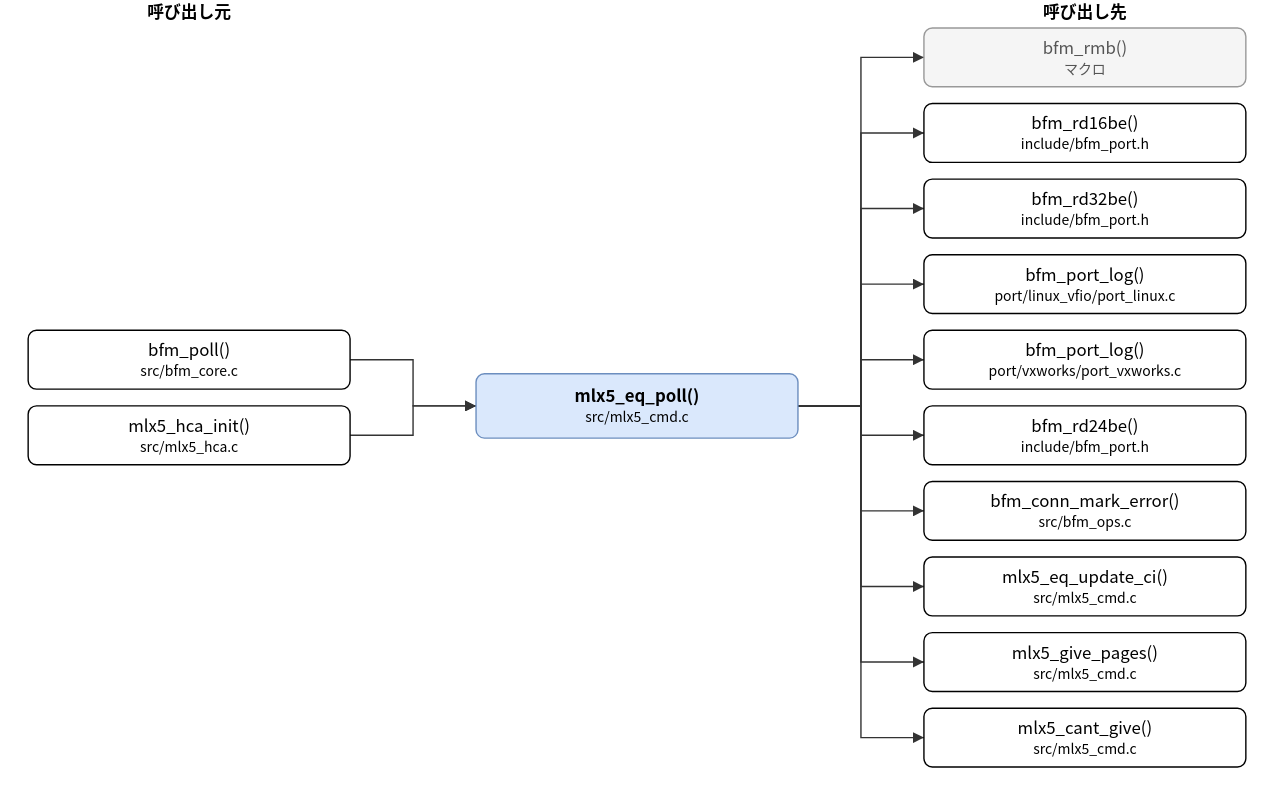
Above: doc/spec/images/call_src_mlx5_cmd-mlx5_eq_poll.drawio.svg in hf355051012-ai/bfmem (draw.io), before the change. Source tidied: cells renumbered, new cells last; positions are measured from the earlier drawing's top-left corner, leaving out a move shared by most shapes.
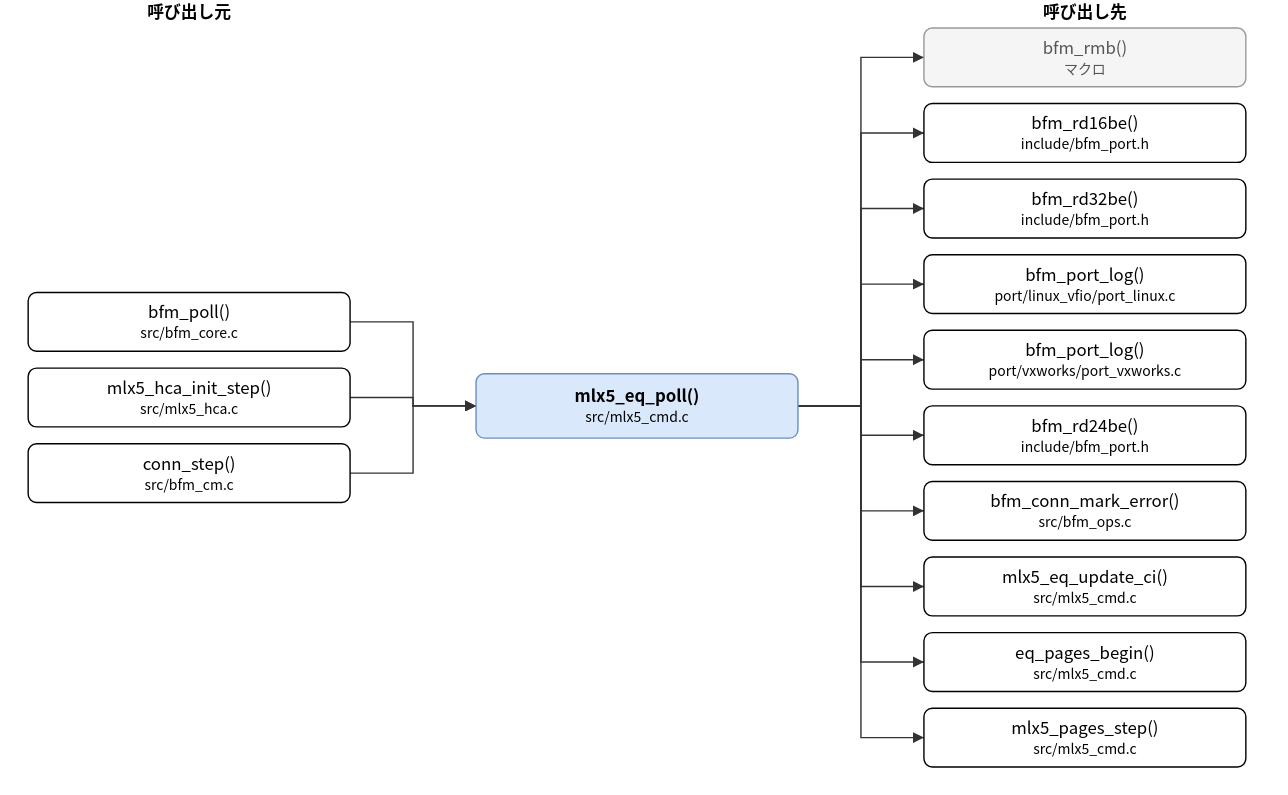
After the commit.

Diff of the diagram source:
```diff
@@ -6,11 +6,14 @@
       <mxGeometry x="320" y="267" width="230" height="46" as="geometry" />
     </mxCell>
     <mxCell id="3" value="bfm_poll()&lt;br&gt;&lt;font style=&quot;font-size:10px&quot;&gt;src/bfm_core.c&lt;/font&gt;" style="rounded=1;whiteSpace=wrap;html=1;" parent="1" vertex="1">
-      <mxGeometry y="236" width="230" height="42" as="geometry" />
+      <mxGeometry y="209" width="230" height="42" as="geometry" />
     </mxCell>
-    <mxCell id="4" value="mlx5_hca_init()&lt;br&gt;&lt;font style=&quot;font-size:10px&quot;&gt;src/mlx5_hca.c&lt;/font&gt;" style="rounded=1;whiteSpace=wrap;html=1;" parent="1" vertex="1">
-      <mxGeometry y="290" width="230" height="42" as="geometry" />
+    <mxCell id="4" value="mlx5_hca_init_step()&lt;br&gt;&lt;font style=&quot;font-size:10px&quot;&gt;src/mlx5_hca.c&lt;/font&gt;" style="rounded=1;whiteSpace=wrap;html=1;" parent="1" vertex="1">
+      <mxGeometry y="263" width="230" height="42" as="geometry" />
     </mxCell>
+    <mxCell id="29" value="conn_step()&lt;br&gt;&lt;font style=&quot;font-size:10px&quot;&gt;src/bfm_cm.c&lt;/font&gt;" style="rounded=1;whiteSpace=wrap;html=1;" parent="1" vertex="1">
+      <mxGeometry y="317" width="230" height="42" as="geometry" />
+    </mxCell>
     <mxCell id="5" value="bfm_rmb()&lt;br&gt;&lt;font style=&quot;font-size:10px&quot;&gt;マクロ&lt;/font&gt;" style="rounded=1;whiteSpace=wrap;html=1;fillColor=#f5f5f5;strokeColor=#999999;fontColor=#555555;" parent="1" vertex="1">
       <mxGeometry x="640" y="20" width="230" height="42" as="geometry" />
     </mxCell>
@@ -35,16 +38,16 @@
     <mxCell id="12" value="mlx5_eq_update_ci()&lt;br&gt;&lt;font style=&quot;font-size:10px&quot;&gt;src/mlx5_cmd.c&lt;/font&gt;" style="rounded=1;whiteSpace=wrap;html=1;" parent="1" vertex="1">
       <mxGeometry x="640" y="398" width="230" height="42" as="geometry" />
     </mxCell>
-    <mxCell id="13" value="mlx5_give_pages()&lt;br&gt;&lt;font style=&quot;font-size:10px&quot;&gt;src/mlx5_cmd.c&lt;/font&gt;" style="rounded=1;whiteSpace=wrap;html=1;" parent="1" vertex="1">
+    <mxCell id="13" value="eq_pages_begin()&lt;br&gt;&lt;font style=&quot;font-size:10px&quot;&gt;src/mlx5_cmd.c&lt;/font&gt;" style="rounded=1;whiteSpace=wrap;html=1;" parent="1" vertex="1">
       <mxGeometry x="640" y="452" width="230" height="42" as="geometry" />
     </mxCell>
-    <mxCell id="14" value="mlx5_cant_give()&lt;br&gt;&lt;font style=&quot;font-size:10px&quot;&gt;src/mlx5_cmd.c&lt;/font&gt;" style="rounded=1;whiteSpace=wrap;html=1;" parent="1" vertex="1">
+    <mxCell id="14" value="mlx5_pages_step()&lt;br&gt;&lt;font style=&quot;font-size:10px&quot;&gt;src/mlx5_cmd.c&lt;/font&gt;" style="rounded=1;whiteSpace=wrap;html=1;" parent="1" vertex="1">
       <mxGeometry x="640" y="506" width="230" height="42" as="geometry" />
     </mxCell>
     <mxCell id="15" style="edgeStyle=none;html=1;rounded=0;endArrow=block;endFill=1;exitX=1.0000;exitY=0.5000;exitDx=0;exitDy=0;exitPerimeter=0;entryX=0.0000;entryY=0.5000;entryDx=0;entryDy=0;entryPerimeter=0;" parent="1" edge="1" source="3" target="2">
       <mxGeometry relative="1" as="geometry">
         <Array as="points">
-          <mxPoint x="275" y="257" />
+          <mxPoint x="275" y="230" />
           <mxPoint x="275" y="290" />
         </Array>
       </mxGeometry>
@@ -52,91 +55,99 @@
     <mxCell id="16" style="edgeStyle=none;html=1;rounded=0;endArrow=block;endFill=1;exitX=1.0000;exitY=0.5000;exitDx=0;exitDy=0;exitPerimeter=0;entryX=0.0000;entryY=0.5000;entryDx=0;entryDy=0;entryPerimeter=0;" parent="1" edge="1" source="4" target="2">
       <mxGeometry relative="1" as="geometry">
         <Array as="points">
-          <mxPoint x="275" y="311" />
+          <mxPoint x="275" y="284" />
           <mxPoint x="275" y="290" />
         </Array>
       </mxGeometry>
     </mxCell>
-    <mxCell id="17" style="edgeStyle=none;html=1;rounded=0;endArrow=block;endFill=1;exitX=1.0000;exitY=0.5000;exitDx=0;exitDy=0;exitPerimeter=0;entryX=0.0000;entryY=0.5000;entryDx=0;entryDy=0;entryPerimeter=0;" parent="1" edge="1" source="2" target="5">
+    <mxCell id="17" style="edgeStyle=none;html=1;rounded=0;endArrow=block;endFill=1;exitX=1.0000;exitY=0.5000;exitDx=0;exitDy=0;exitPerimeter=0;entryX=0.0000;entryY=0.5000;entryDx=0;entryDy=0;entryPerimeter=0;" parent="1" edge="1" source="29" target="2">
       <mxGeometry relative="1" as="geometry">
         <Array as="points">
-          <mxPoint x="595" y="290" />
-          <mxPoint x="595" y="41" />
+          <mxPoint x="275" y="338" />
+          <mxPoint x="275" y="290" />
         </Array>
       </mxGeometry>
     </mxCell>
-    <mxCell id="18" style="edgeStyle=none;html=1;rounded=0;endArrow=block;endFill=1;exitX=1.0000;exitY=0.5000;exitDx=0;exitDy=0;exitPerimeter=0;entryX=0.0000;entryY=0.5000;entryDx=0;entryDy=0;entryPerimeter=0;" parent="1" edge="1" source="2" target="6">
+    <mxCell id="18" style="edgeStyle=none;html=1;rounded=0;endArrow=block;endFill=1;exitX=1.0000;exitY=0.5000;exitDx=0;exitDy=0;exitPerimeter=0;entryX=0.0000;entryY=0.5000;entryDx=0;entryDy=0;entryPerimeter=0;" parent="1" edge="1" source="2" target="5">
       <mxGeometry relative="1" as="geometry">
         <Array as="points">
           <mxPoint x="595" y="290" />
-          <mxPoint x="595" y="95" />
+          <mxPoint x="595" y="41" />
         </Array>
       </mxGeometry>
     </mxCell>
-    <mxCell id="19" style="edgeStyle=none;html=1;rounded=0;endArrow=block;endFill=1;exitX=1.0000;exitY=0.5000;exitDx=0;exitDy=0;exitPerimeter=0;entryX=0.0000;entryY=0.5000;entryDx=0;entryDy=0;entryPerimeter=0;" parent="1" edge="1" source="2" target="7">
+    <mxCell id="19" style="edgeStyle=none;html=1;rounded=0;endArrow=block;endFill=1;exitX=1.0000;exitY=0.5000;exitDx=0;exitDy=0;exitPerimeter=0;entryX=0.0000;entryY=0.5000;entryDx=0;entryDy=0;entryPerimeter=0;" parent="1" edge="1" source="2" target="6">
       <mxGeometry relative="1" as="geometry">
         <Array as="points">
           <mxPoint x="595" y="290" />
-          <mxPoint x="595" y="149" />
+          <mxPoint x="595" y="95" />
         </Array>
       </mxGeometry>
     </mxCell>
-    <mxCell id="20" style="edgeStyle=none;html=1;rounded=0;endArrow=block;endFill=1;exitX=1.0000;exitY=0.5000;exitDx=0;exitDy=0;exitPerimeter=0;entryX=0.0000;entryY=0.5000;entryDx=0;entryDy=0;entryPerimeter=0;" parent="1" edge="1" source="2" target="8">
+    <mxCell id="20" style="edgeStyle=none;html=1;rounded=0;endArrow=block;endFill=1;exitX=1.0000;exitY=0.5000;exitDx=0;exitDy=0;exitPerimeter=0;entryX=0.0000;entryY=0.5000;entryDx=0;entryDy=0;entryPerimeter=0;" parent="1" edge="1" source="2" target="7">
       <mxGeometry relative="1" as="geometry">
         <Array as="points">
           <mxPoint x="595" y="290" />
-          <mxPoint x="595" y="203" />
+          <mxPoint x="595" y="149" />
         </Array>
       </mxGeometry>
     </mxCell>
-    <mxCell id="21" style="edgeStyle=none;html=1;rounded=0;endArrow=block;endFill=1;exitX=1.0000;exitY=0.5000;exitDx=0;exitDy=0;exitPerimeter=0;entryX=0.0000;entryY=0.5000;entryDx=0;entryDy=0;entryPerimeter=0;" parent="1" edge="1" source="2" target="9">
+    <mxCell id="21" style="edgeStyle=none;html=1;rounded=0;endArrow=block;endFill=1;exitX=1.0000;exitY=0.5000;exitDx=0;exitDy=0;exitPerimeter=0;entryX=0.0000;entryY=0.5000;entryDx=0;entryDy=0;entryPerimeter=0;" parent="1" edge="1" source="2" target="8">
       <mxGeometry relative="1" as="geometry">
         <Array as="points">
           <mxPoint x="595" y="290" />
-          <mxPoint x="595" y="257" />
+          <mxPoint x="595" y="203" />
         </Array>
       </mxGeometry>
     </mxCell>
-    <mxCell id="22" style="edgeStyle=none;html=1;rounded=0;endArrow=block;endFill=1;exitX=1.0000;exitY=0.5000;exitDx=0;exitDy=0;exitPerimeter=0;entryX=0.0000;entryY=0.5000;entryDx=0;entryDy=0;entryPerimeter=0;" parent="1" edge="1" source="2" target="10">
+    <mxCell id="22" style="edgeStyle=none;html=1;rounded=0;endArrow=block;endFill=1;exitX=1.0000;exitY=0.5000;exitDx=0;exitDy=0;exitPerimeter=0;entryX=0.0000;entryY=0.5000;entryDx=0;entryDy=0;entryPerimeter=0;" parent="1" edge="1" source="2" target="9">
       <mxGeometry relative="1" as="geometry">
         <Array as="points">
           <mxPoint x="595" y="290" />
-          <mxPoint x="595" y="311" />
+          <mxPoint x="595" y="257" />
         </Array>
       </mxGeometry>
     </mxCell>
-    <mxCell id="23" style="edgeStyle=none;html=1;rounded=0;endArrow=block;endFill=1;exitX=1.0000;exitY=0.5000;exitDx=0;exitDy=0;exitPerimeter=0;entryX=0.0000;entryY=0.5000;entryDx=0;entryDy=0;entryPerimeter=0;" parent="1" edge="1" source="2" target="11">
+    <mxCell id="23" style="edgeStyle=none;html=1;rounded=0;endArrow=block;endFill=1;exitX=1.0000;exitY=0.5000;exitDx=0;exitDy=0;exitPerimeter=0;entryX=0.0000;entryY=0.5000;entryDx=0;entryDy=0;entryPerimeter=0;" parent="1" edge="1" source="2" target="10">
       <mxGeometry relative="1" as="geometry">
         <Array as="points">
           <mxPoint x="595" y="290" />
-          <mxPoint x="595" y="365" />
+          <mxPoint x="595" y="311" />
         </Array>
       </mxGeometry>
     </mxCell>
-    <mxCell id="24" style="edgeStyle=none;html=1;rounded=0;endArrow=block;endFill=1;exitX=1.0000;exitY=0.5000;exitDx=0;exitDy=0;exitPerimeter=0;entryX=0.0000;entryY=0.5000;entryDx=0;entryDy=0;entryPerimeter=0;" parent="1" edge="1" source="2" target="12">
+    <mxCell id="24" style="edgeStyle=none;html=1;rounded=0;endArrow=block;endFill=1;exitX=1.0000;exitY=0.5000;exitDx=0;exitDy=0;exitPerimeter=0;entryX=0.0000;entryY=0.5000;entryDx=0;entryDy=0;entryPerimeter=0;" parent="1" edge="1" source="2" target="11">
       <mxGeometry relative="1" as="geometry">
         <Array as="points">
           <mxPoint x="595" y="290" />
-          <mxPoint x="595" y="419" />
+          <mxPoint x="595" y="365" />
         </Array>
       </mxGeometry>
     </mxCell>
-    <mxCell id="25" style="edgeStyle=none;html=1;rounded=0;endArrow=block;endFill=1;exitX=1.0000;exitY=0.5000;exitDx=0;exitDy=0;exitPerimeter=0;entryX=0.0000;entryY=0.5000;entryDx=0;entryDy=0;entryPerimeter=0;" parent="1" edge="1" source="2" target="13">
+    <mxCell id="25" style="edgeStyle=none;html=1;rounded=0;endArrow=block;endFill=1;exitX=1.0000;exitY=0.5000;exitDx=0;exitDy=0;exitPerimeter=0;entryX=0.0000;entryY=0.5000;entryDx=0;entryDy=0;entryPerimeter=0;" parent="1" edge="1" source="2" target="12">
       <mxGeometry relative="1" as="geometry">
         <Array as="points">
           <mxPoint x="595" y="290" />
-          <mxPoint x="595" y="473" />
+          <mxPoint x="595" y="419" />
         </Array>
       </mxGeometry>
     </mxCell>
-    <mxCell id="26" style="edgeStyle=none;html=1;rounded=0;endArrow=block;endFill=1;exitX=1.0000;exitY=0.5000;exitDx=0;exitDy=0;exitPerimeter=0;entryX=0.0000;entryY=0.5000;entryDx=0;entryDy=0;entryPerimeter=0;" parent="1" edge="1" source="2" target="14">
+    <mxCell id="26" style="edgeStyle=none;html=1;rounded=0;endArrow=block;endFill=1;exitX=1.0000;exitY=0.5000;exitDx=0;exitDy=0;exitPerimeter=0;entryX=0.0000;entryY=0.5000;entryDx=0;entryDy=0;entryPerimeter=0;" parent="1" edge="1" source="2" target="13">
       <mxGeometry relative="1" as="geometry">
         <Array as="points">
           <mxPoint x="595" y="290" />
-          <mxPoint x="595" y="527" />
+          <mxPoint x="595" y="473" />
         </Array>
       </mxGeometry>
     </mxCell>
+    <mxCell id="30" style="edgeStyle=none;html=1;rounded=0;endArrow=block;endFill=1;exitX=1.0000;exitY=0.5000;exitDx=0;exitDy=0;exitPerimeter=0;entryX=0.0000;entryY=0.5000;entryDx=0;entryDy=0;entryPerimeter=0;" parent="1" edge="1" source="2" target="14">
+      <mxGeometry relative="1" as="geometry">
+        <Array as="points">
+          <mxPoint x="595" y="290" />
+          <mxPoint x="595" y="527" />
+        </Array>
+      </mxGeometry>
+    </mxCell>
     <mxCell id="27" value="呼び出し元" style="text;html=1;align=center;fontStyle=1;" parent="1" vertex="1">
       <mxGeometry x="35" width="160" height="18" as="geometry" />
     </mxCell>
```
